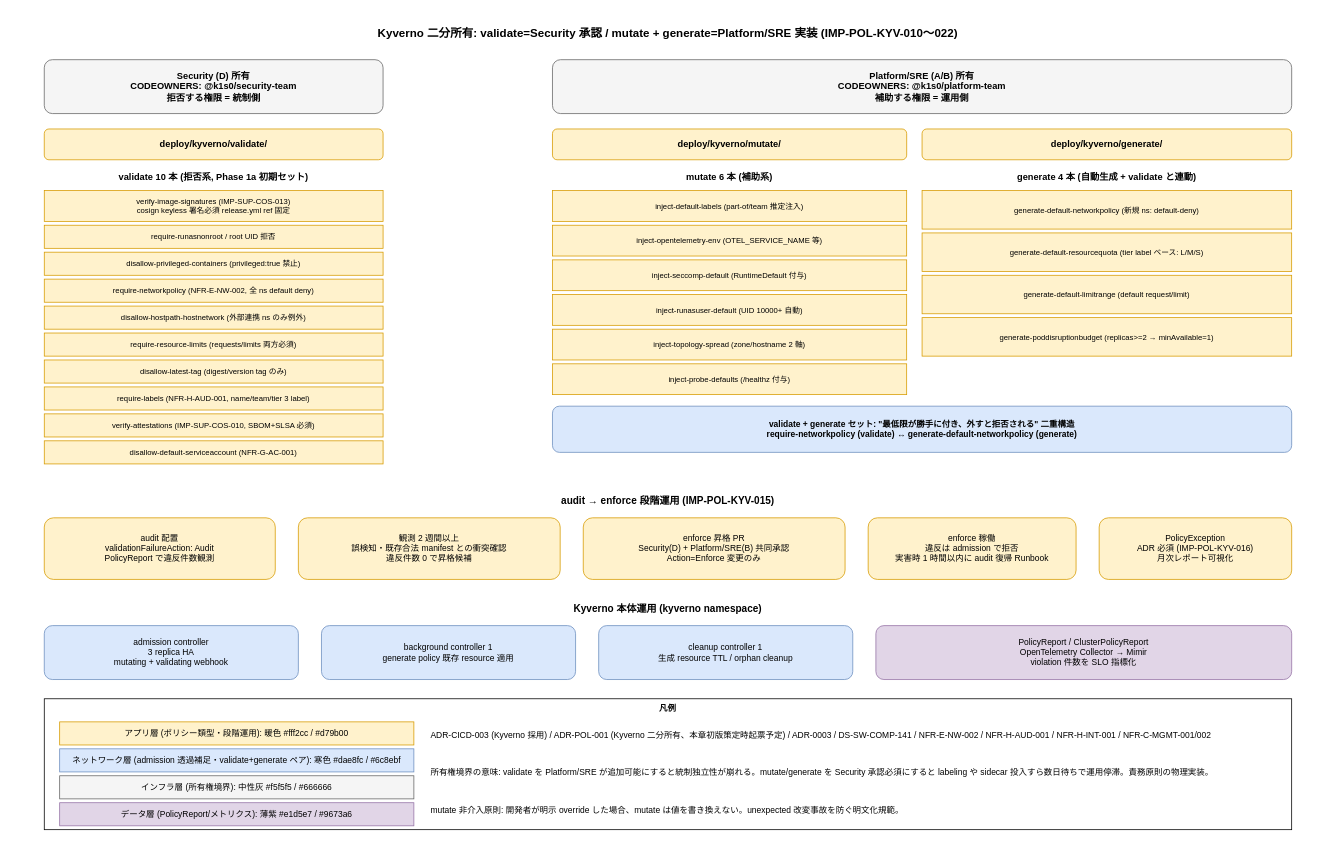
The draw.io diagram docs/05_実装/90_ガバナンス設計/10_Kyverno_Policy/img/10_Kyverno二分所有モデル.drawio in RyuheiKiso/k1s0, before the edit. Source tidied: cells renumbered, new cells numbered last; positions are measured from the earlier drawing's top-left corner, leaving out a move shared by most shapes. Both pictures are drawn from the tidied source at 77%, with x=0, y=0 at pixel (13, 13).
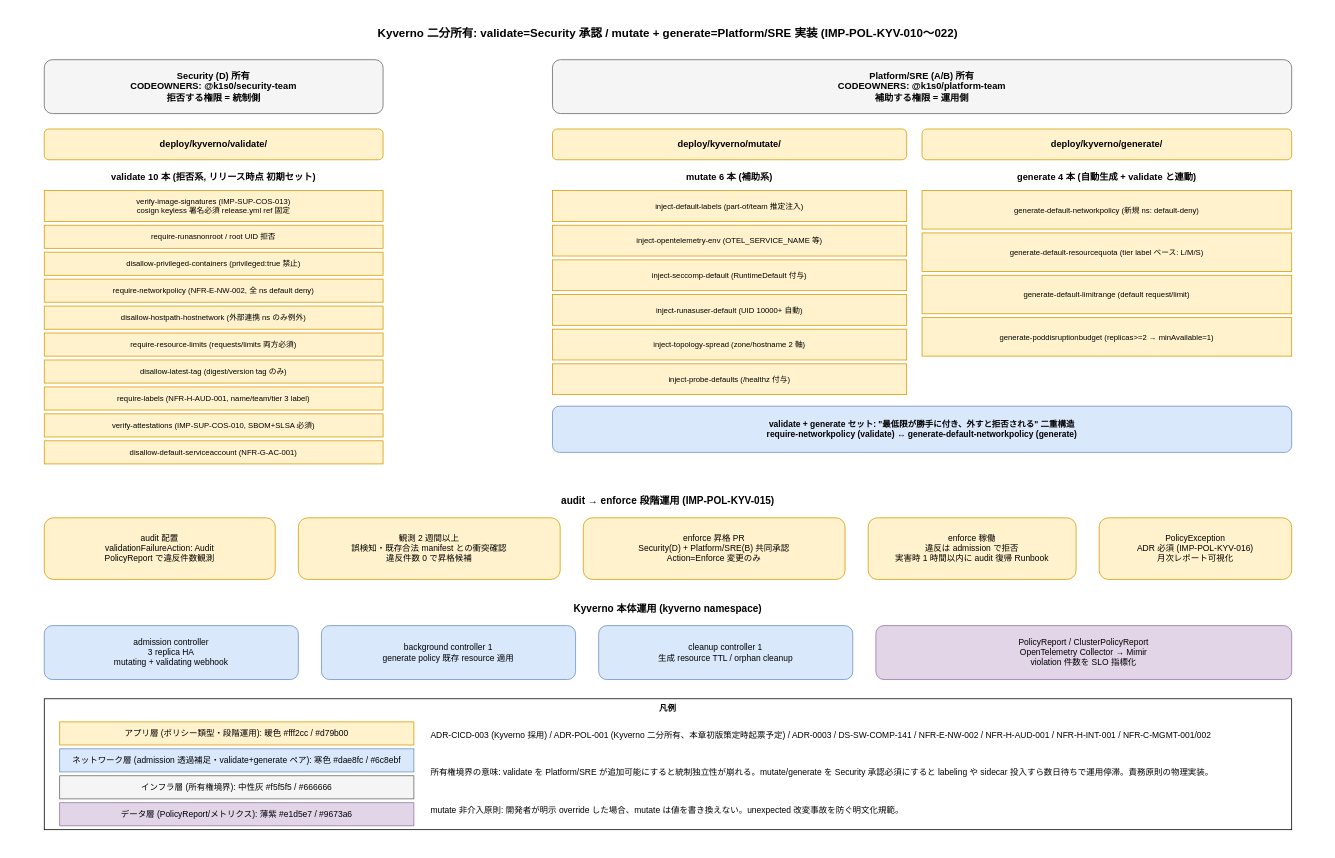
The same page after the edit.

Change to the diagram source:
```diff
@@
-    <mxCell id="9" value="validate 10 本 (拒否系, Phase 1a 初期セット)" style="text;html=1;strokeColor=none;fillColor=none;align=center;verticalAlign=middle;whiteSpace=wrap;rounded=0;fontSize=12;fontStyle=1;" parent="1" vertex="1">
+    <mxCell id="9" value="validate 10 本 (拒否系, リリース時点 初期セット)" style="text;html=1;strokeColor=none;fillColor=none;align=center;verticalAlign=middle;whiteSpace=wrap;rounded=0;fontSize=12;fontStyle=1;" parent="1" vertex="1">
       <mxGeometry x="40" y="200" width="440" height="25" as="geometry" />
     </mxCell>
```
